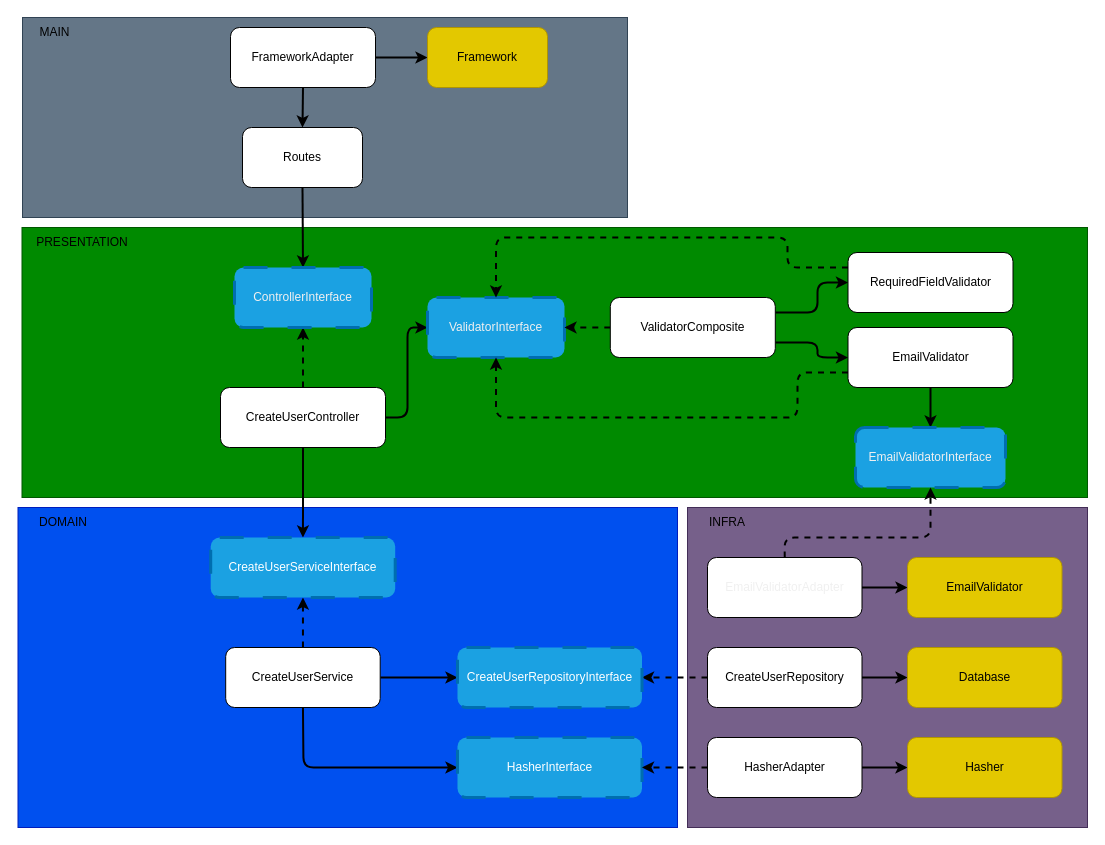
Earlier version of the draw.io diagram diagrams/create-user.drawio (DouglasVolcato/node-tdd-clean-architecture). Source tidied: cells renumbered, new cells numbered last; positions are measured from the earlier drawing's top-left corner, leaving out a move shared by most shapes. Both pictures are drawn from the tidied source at 100%, with x=0, y=0 at pixel (17, 17).
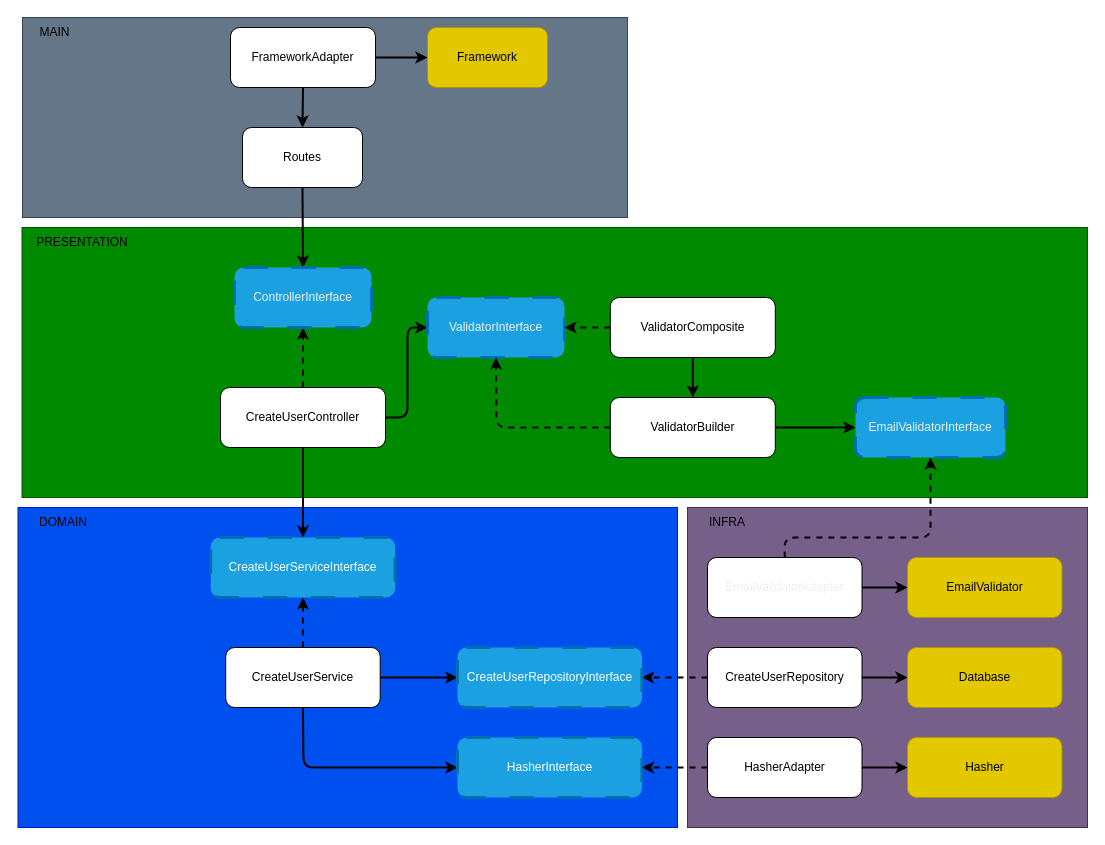
Above is the later version.

Commit message (it also covers changes not shown here):
chore: refactor diagrams using ValidatorBuilder

Unchanged cells that the change refers to:
```xml
<mxCell id="30" value="&lt;span style=&quot;color: rgb(240, 240, 240);&quot;&gt;ValidatorInterface&lt;/span&gt;" style="rounded=1;whiteSpace=wrap;html=1;dashed=1;dashPattern=8 8;strokeWidth=3;fillColor=#1ba1e2;fontColor=#ffffff;strokeColor=#006EAF;" parent="1" vertex="1">
  <mxGeometry x="410" y="280" width="137" height="60" as="geometry" />
</mxCell>
<mxCell id="34" value="ValidatorComposite" style="rounded=1;whiteSpace=wrap;html=1;" parent="1" vertex="1">
  <mxGeometry x="592.8" y="280" width="165" height="60" as="geometry" />
</mxCell>
```

What changed in the source:
```diff
@@
-    <mxCell id="32" style="edgeStyle=none;html=1;exitX=1;exitY=0.25;exitDx=0;exitDy=0;entryX=0;entryY=0.5;entryDx=0;entryDy=0;strokeWidth=2;" parent="1" edge="1" source="34" target="36">
-      <mxGeometry relative="1" as="geometry">
-        <Array as="points">
-          <mxPoint x="800" y="295" />
-          <mxPoint x="800" y="265" />
-        </Array>
-      </mxGeometry>
-    </mxCell>
-    <mxCell id="33" style="edgeStyle=none;html=1;exitX=1;exitY=0.75;exitDx=0;exitDy=0;entryX=0;entryY=0.5;entryDx=0;entryDy=0;strokeWidth=2;" parent="1" edge="1" source="34" target="39">
-      <mxGeometry relative="1" as="geometry">
-        <Array as="points">
-          <mxPoint x="800" y="325" />
-          <mxPoint x="800" y="340" />
-        </Array>
-      </mxGeometry>
+    <mxCell id="33" style="edgeStyle=none;html=1;exitX=0.5;exitY=1;exitDx=0;exitDy=0;entryX=0.5;entryY=0;entryDx=0;entryDy=0;strokeWidth=2;" parent="1" edge="1" source="34" target="39">
+      <mxGeometry relative="1" as="geometry" />
     </mxCell>
@@
-    <mxCell id="35" style="edgeStyle=none;html=1;exitX=0;exitY=0.25;exitDx=0;exitDy=0;entryX=0.5;entryY=0;entryDx=0;entryDy=0;dashed=1;strokeWidth=2;" parent="1" edge="1" source="36" target="30">
-      <mxGeometry relative="1" as="geometry">
-        <Array as="points">
-          <mxPoint x="770" y="250" />
-          <mxPoint x="770" y="220" />
-          <mxPoint x="478.5" y="220" />
-        </Array>
-      </mxGeometry>
-    </mxCell>
-    <mxCell id="36" value="RequiredFieldValidator" style="rounded=1;whiteSpace=wrap;html=1;" parent="1" vertex="1">
-      <mxGeometry x="830.5" y="235" width="165" height="60" as="geometry" />
-    </mxCell>
+    <mxCell id="38" style="edgeStyle=none;html=1;exitX=1;exitY=0.5;exitDx=0;exitDy=0;entryX=0;entryY=0.5;entryDx=0;entryDy=0;strokeWidth=2;" parent="1" edge="1" source="39" target="40">
+      <mxGeometry relative="1" as="geometry" />
+    </mxCell>
-    <mxCell id="37" style="edgeStyle=none;html=1;exitX=0;exitY=0.75;exitDx=0;exitDy=0;entryX=0.5;entryY=1;entryDx=0;entryDy=0;dashed=1;strokeWidth=2;" parent="1" edge="1" source="39" target="30">
+    <mxCell id="37" style="edgeStyle=none;html=1;exitX=0;exitY=0.5;exitDx=0;exitDy=0;entryX=0.5;entryY=1;entryDx=0;entryDy=0;strokeWidth=2;dashed=1;" parent="1" edge="1" source="39" target="30">
       <mxGeometry relative="1" as="geometry">
         <Array as="points">
-          <mxPoint x="780" y="355" />
-          <mxPoint x="780" y="400" />
-          <mxPoint x="478.5" y="400" />
+          <mxPoint x="479" y="410" />
         </Array>
       </mxGeometry>
     </mxCell>
-    <mxCell id="38" style="edgeStyle=none;html=1;exitX=0.5;exitY=1;exitDx=0;exitDy=0;entryX=0.5;entryY=0;entryDx=0;entryDy=0;strokeWidth=2;" parent="1" edge="1" source="39" target="40">
-      <mxGeometry relative="1" as="geometry" />
-    </mxCell>
-    <mxCell id="39" value="EmailValidator" style="rounded=1;whiteSpace=wrap;html=1;" parent="1" vertex="1">
-      <mxGeometry x="830.5" y="310" width="165" height="60" as="geometry" />
+    <mxCell id="39" value="ValidatorBuilder" style="rounded=1;whiteSpace=wrap;html=1;" parent="1" vertex="1">
+      <mxGeometry x="592.8" y="380" width="165" height="60" as="geometry" />
     </mxCell>
     <mxCell id="40" value="&lt;span style=&quot;color: rgb(240, 240, 240);&quot;&gt;EmailValidatorInterface&lt;/span&gt;" style="rounded=1;whiteSpace=wrap;html=1;dashed=1;dashPattern=8 8;strokeWidth=3;fillColor=#1ba1e2;fontColor=#ffffff;strokeColor=#006EAF;" parent="1" vertex="1">
-      <mxGeometry x="838" y="410" width="150" height="60" as="geometry" />
+      <mxGeometry x="838" y="380" width="150" height="60" as="geometry" />
     </mxCell>
```
